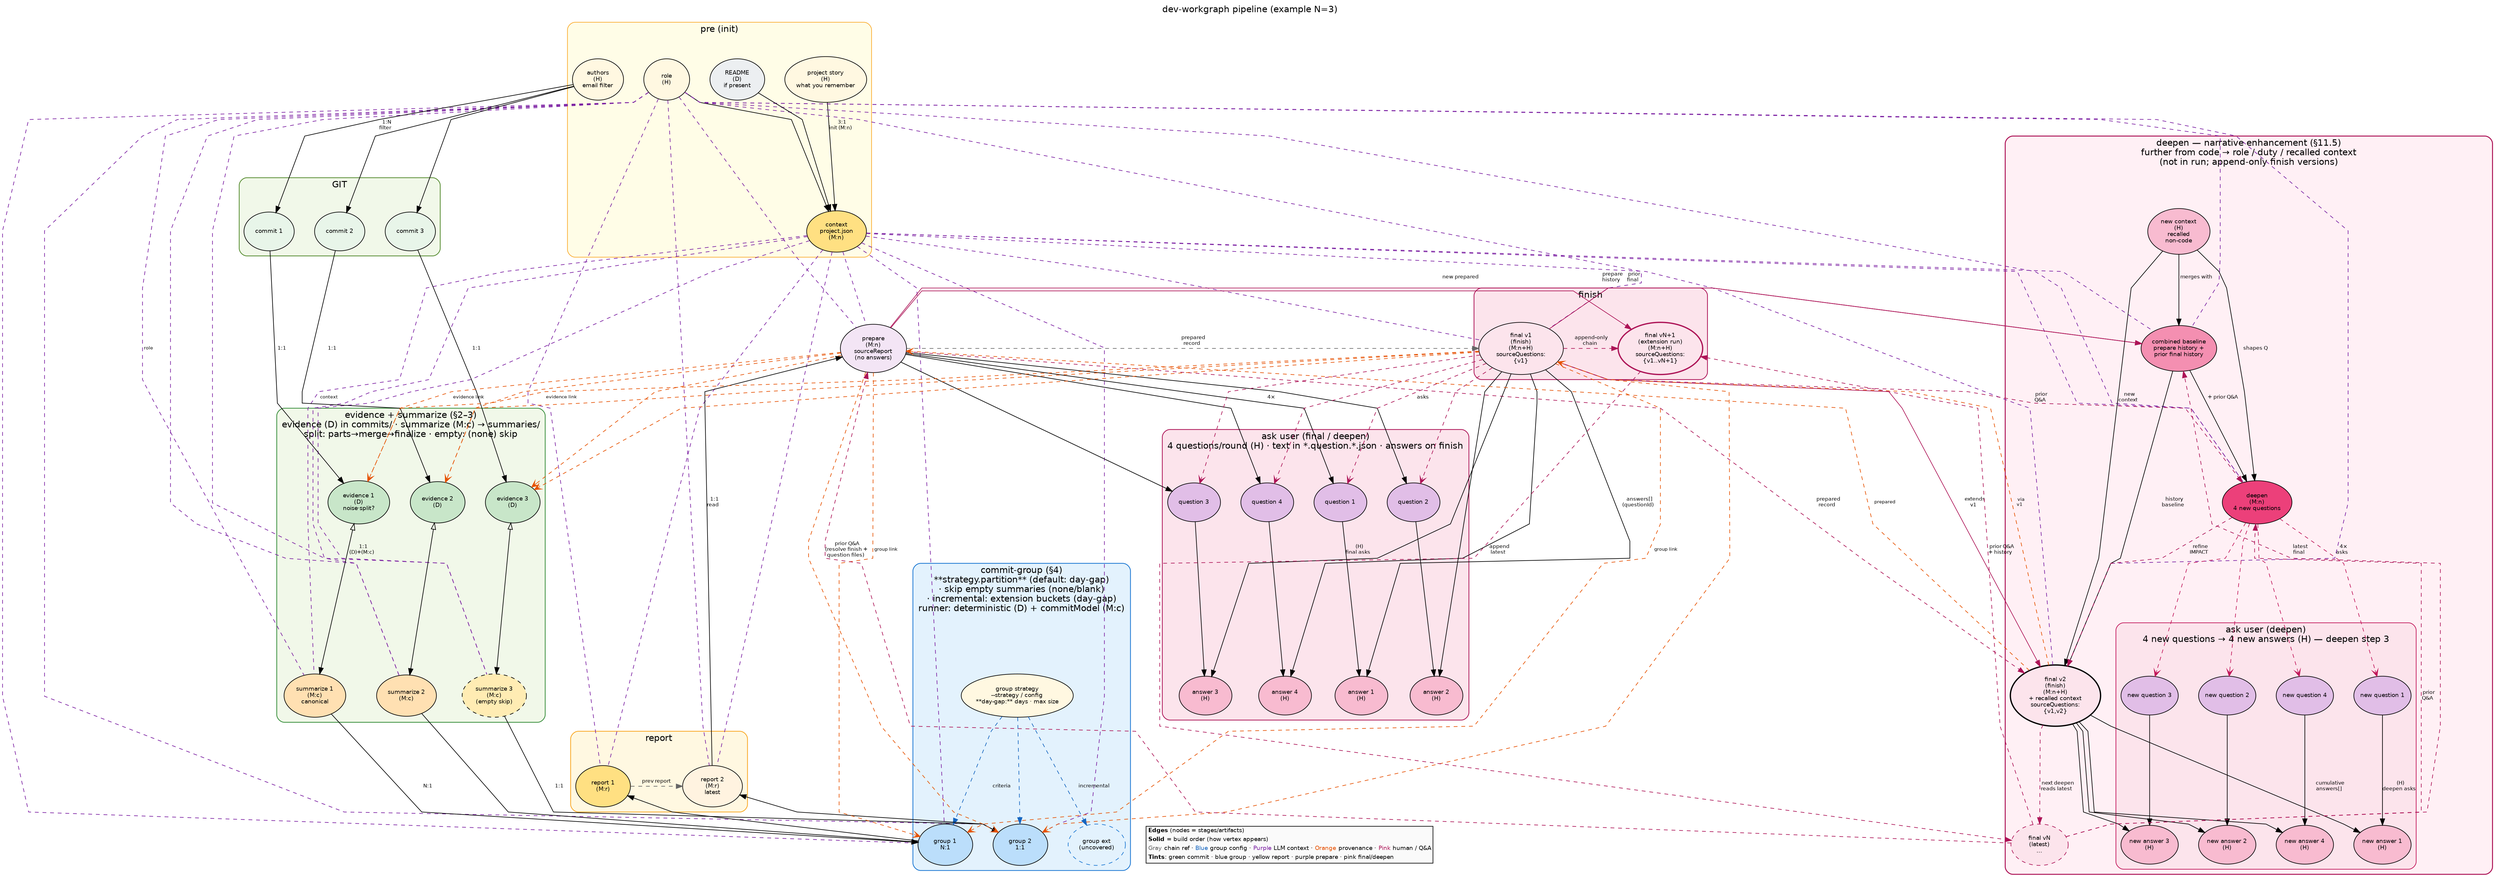
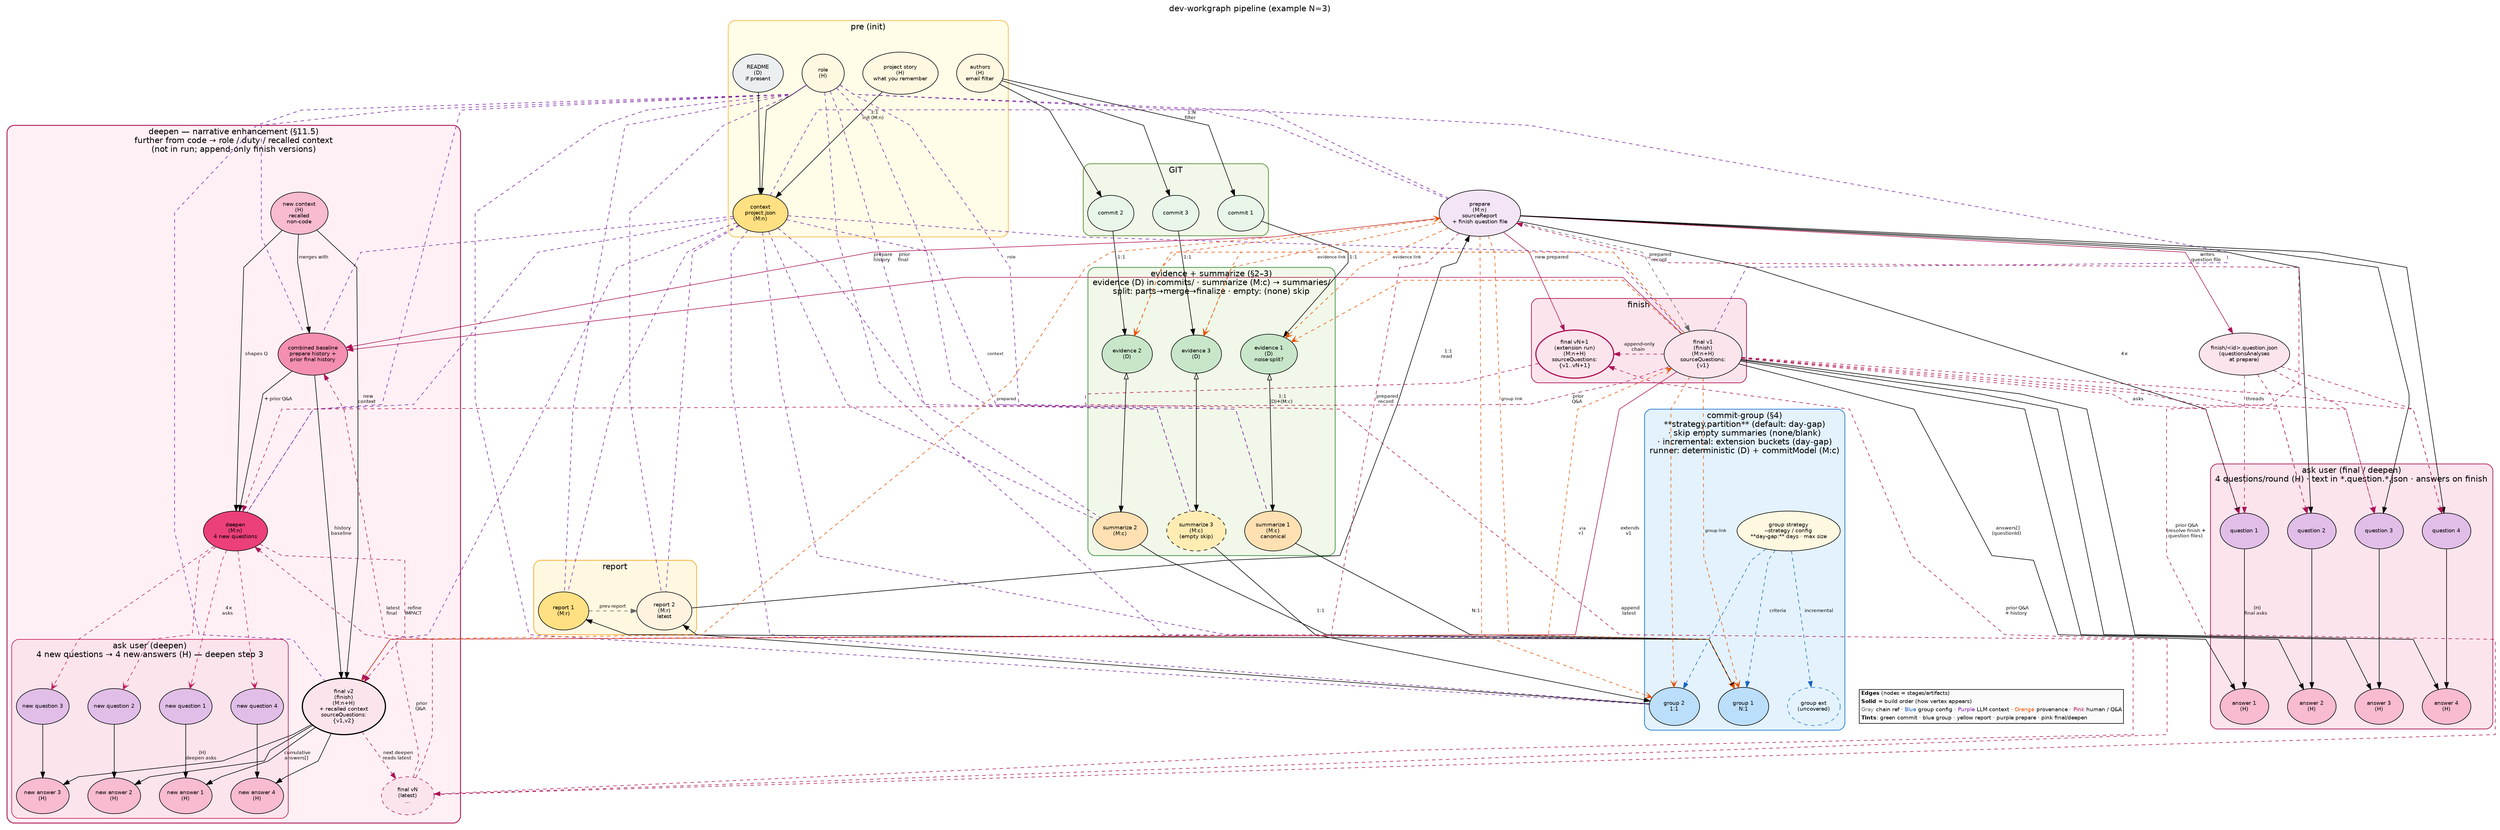
// dev-workgraph — pipeline graph (Graphviz)
//
// Render:
//   dot -Tpng uml/pipeline-graph.dot -o uml/pipeline-graph.png
//   dot -Tsvg uml/pipeline-graph.dot -o uml/pipeline-graph.svg

digraph pipeline {
  graph [
    rankdir=TB
    splines=polyline
    nodesep=0.45
    ranksep=0.75
    fontname="Helvetica"
    label="dev-workgraph pipeline (example N=3)"
    labelloc=t
  ]

  node [
    shape=ellipse
    style=filled
    fontname="Helvetica"
    fontsize=9
  ]

  edge [fontname="Helvetica" fontsize=8]

  // ── pre: human inputs → context (init) ──────────────────────────────

  subgraph cluster_pre {
    label="pre (init)"
    style=rounded
    color="#F9A825"
    bgcolor="#FFFDE7"

    v_story  [label="project story\n(H)\nwhat you remember" fillcolor="#FFF8E1" width=1.5 height=1.0]
    v_role   [label="role\n(H)" fillcolor="#FFF8E1" width=1.0 height=0.9]
    v_readme [label="README\n(D)\nif present" fillcolor="#ECEFF1" width=1.2 height=0.9]
    v_auth   [label="authors\n(H)\nemail filter" fillcolor="#FFF8E1" width=1.0 height=0.9]

    v_context [label="context\nproject.json\n(M:n)" fillcolor="#FFE082" width=1.3 height=0.9]

    { rank=same; v_story; v_role; v_readme; v_auth; }

    v_story  -> v_context [label=" 3:1\ninit (M:n) "]
    v_role   -> v_context
    v_readme -> v_context
  }

  // ── GIT: filtered commits (authors → 1:N) ─────────────────────────────

  subgraph cluster_git {
    label="GIT"
    style=rounded
    color="#558B2F"
    bgcolor="#F1F8E9"
    penwidth=1.2

    v_c1 [label="commit 1" fillcolor="#E8F5E9" width=1.1 height=0.85]
    v_c2 [label="commit 2" fillcolor="#E8F5E9" width=1.1 height=0.85]
    v_c3 [label="commit 3" fillcolor="#E8F5E9" width=1.1 height=0.85]

    { rank=same; v_c1; v_c2; v_c3; }
  }

  v_auth -> v_c1 [label=" 1:N\nfilter "]
  v_auth -> v_c2
  v_auth -> v_c3

  // ── per commit: evidence (D) + summarize (M:c) ───────────────────────

  subgraph cluster_commit_layer {
    label="evidence + summarize (§2–3)\nevidence (D) in commits/ · summarize (M:c) → summaries/\nsplit: parts→merge→finalize · empty: (none) skip"
    style=rounded
    color="#388E3C"
    bgcolor="#F1F8E9"
    penwidth=1.2

    v_e1 [label="evidence 1\n(D)\nnoise·split?" fillcolor="#C8E6C9" width=1.35 height=0.95]
    v_e2 [label="evidence 2\n(D)" fillcolor="#C8E6C9" width=1.2 height=0.9]
    v_e3 [label="evidence 3\n(D)" fillcolor="#C8E6C9" width=1.2 height=0.9]

    { rank=same; v_e1; v_e2; v_e3; }

    v_s1 [label="summarize 1\n(M:c)\ncanonical" fillcolor="#FFE0B2" width=1.35 height=0.95]
    v_s2 [label="summarize 2\n(M:c)" fillcolor="#FFE0B2" width=1.3 height=0.9]
    v_s3 [label="summarize 3\n(M:c)\n(empty skip)" fillcolor="#FFECB3" width=1.4 height=0.95 style="filled,dashed"]

    { rank=same; v_s1; v_s2; v_s3; }

    v_e1 -> v_s1 [label=" 1:1\n(D)+(M:c) ", dir=both arrowhead=normal arrowtail=onormal]
    v_e2 -> v_s2 [dir=both arrowhead=normal arrowtail=onormal]
    v_e3 -> v_s3 [dir=both arrowhead=normal arrowtail=onormal]
  }

  v_c1 -> v_e1 [label=" 1:1 "]
  v_c2 -> v_e2 [label=" 1:1 "]
  v_c3 -> v_e3 [label=" 1:1 "]

  // ── commit-group: group commits by criteria → work sessions ────────

  subgraph cluster_groups {
    label="commit-group (§4)\n**strategy.partition** (default: day-gap)\n· skip empty summaries (none/blank)\n· incremental: extension buckets (day-gap)\nrunner: deterministic (D) + commitModel (M:c)"
    style=rounded
    color="#1976D2"
    bgcolor="#E3F2FD"
    penwidth=1.2

    v_gcrit [label="group strategy\n--strategy / config\n**day-gap:** days · max size" fillcolor="#FFF8E1" width=1.45 height=0.95]

    v_g1 [label="group 1\nN:1" fillcolor="#BBDEFB" width=1.2 height=0.9]
    v_g2 [label="group 2\n1:1" fillcolor="#BBDEFB" width=1.2 height=0.9]
    v_gext [label="group ext\n(uncovered)" fillcolor="#E3F2FD" width=1.25 height=0.9 style="filled,dashed" color="#1976D2"]

    { rank=same; v_g1; v_g2; v_gext; }

    v_gcrit -> v_g1 [label=" criteria ", style=dashed color="#1565C0"]
    v_gcrit -> v_g2 [style=dashed color="#1565C0"]
    v_gcrit -> v_gext [label=" incremental ", style=dashed color="#1565C0"]
  }

  v_s1 -> v_g1 [label=" N:1 "]
  v_s2 -> v_g1
  v_s3 -> v_g2 [label=" 1:1 "]

  // ── report fold: groups → report chain ────────────────────────────────

  subgraph cluster_reports {
    label="report"
    style=rounded
    color="#F9A825"
    bgcolor="#FFF8E1"
    penwidth=1.2

    v_r1 [label="report 1\n(M:r)" fillcolor="#FFE082" width=1.2 height=0.9]
    v_r2 [label="report 2\n(M:r)\nlatest" fillcolor="#FFF3E0" width=1.3 height=0.9]

    { rank=same; v_r1; v_r2; }

    v_r1 -> v_r2 [label=" prev report ", style=dashed color="#666666"]
  }

  v_g1 -> v_r1 [label=" init\n1:1 "]
  v_g2 -> v_r2 [label=" merge\n1:1 "]

  // ── prepare → 4 questions → 4 answers (H) → final ─────────────────

-   v_prep [label="prepare\n(M:n)\nsourceReport\n(no answers)" fillcolor="#F3E5F5" width=1.45 height=1.05]
+   v_prep [label="prepare\n(M:n)\nsourceReport\n+ finish question file" fillcolor="#F3E5F5" width=1.55 height=1.1]
+   v_fq   [label="finish/<id>.question.json\n(questionsAnalyses\nat prepare)" fillcolor="#FCE4EC" width=1.55 height=1.0]

  v_r2 -> v_prep [label=" 1:1\nread "]
+   v_prep -> v_fq [label=" writes\nquestion file " color="#AD1457"]

  subgraph cluster_ask_final {
    label="ask user (final / deepen)\n4 questions/round (H) · text in *.question.*.json · answers on finish"
    style=rounded
    color="#AD1457"
    bgcolor="#FCE4EC"
    penwidth=1.2

    v_q1 [label="question 1" fillcolor="#E1BEE7" width=1.15 height=0.85]
    v_q2 [label="question 2" fillcolor="#E1BEE7" width=1.15 height=0.85]
    v_q3 [label="question 3" fillcolor="#E1BEE7" width=1.15 height=0.85]
    v_q4 [label="question 4" fillcolor="#E1BEE7" width=1.15 height=0.85]

    { rank=same; v_q1; v_q2; v_q3; v_q4; }

    v_a1 [label="answer 1\n(H)" fillcolor="#F8BBD0" width=1.15 height=0.85]
    v_a2 [label="answer 2\n(H)" fillcolor="#F8BBD0" width=1.15 height=0.85]
    v_a3 [label="answer 3\n(H)" fillcolor="#F8BBD0" width=1.15 height=0.85]
    v_a4 [label="answer 4\n(H)" fillcolor="#F8BBD0" width=1.15 height=0.85]

    { rank=same; v_a1; v_a2; v_a3; v_a4; }

    v_q1 -> v_a1 [label=" (H)\nfinal asks "]
    v_q2 -> v_a2
    v_q3 -> v_a3
    v_q4 -> v_a4
  }

  v_prep -> v_q1 [label=" 4× "]
  v_prep -> v_q2
  v_prep -> v_q3
  v_prep -> v_q4
+   v_fq -> v_q1 [label=" threads ", style=dashed color="#AD1457"]
+   v_fq -> v_q2 [style=dashed color="#AD1457"]
+   v_fq -> v_q3 [style=dashed color="#AD1457"]
+   v_fq -> v_q4 [style=dashed color="#AD1457"]

  subgraph cluster_finish {
    label="finish"
    style=rounded
    color="#AD1457"
    bgcolor="#FCE4EC"
    penwidth=1.2

    v_fin [label="final v1\n(finish)\n(M:n+H)\nsourceQuestions:\n{v1}" fillcolor="#FCE4EC" width=1.45 height=1.1]
    v_fext [label="final vN+1\n(extension run)\n(M:n+H)\nsourceQuestions:\n{v1..vN+1}" fillcolor="#FCE4EC" width=1.55 height=1.1 penwidth=2 color="#AD1457"]

    { rank=same; v_fin; v_fext; }

    v_fin -> v_fext [label=" append-only\nchain ", style=dashed color="#AD1457"]
  }

  v_prep -> v_fin [label=" prepared\nrecord ", style=dashed color="#666666"]

  v_fin -> v_a1 [label=" answers[]\n(questionId) "]
  v_fin -> v_a2
  v_fin -> v_a3
  v_fin -> v_a4

  v_fin -> v_q1 [label=" asks ", style=dashed color="#AD1457" arrowhead=open]
  v_fin -> v_q2 [style=dashed color="#AD1457" arrowhead=open]
  v_fin -> v_q3 [style=dashed color="#AD1457" arrowhead=open]
  v_fin -> v_q4 [style=dashed color="#AD1457" arrowhead=open]

  // ── deepen: narrative enhancement — further from code → role / duty ─

  subgraph cluster_deepen {
    label="deepen — narrative enhancement (§11.5)\nfurther from code → role / duty / recalled context\n(not in run; append-only finish versions)"
    style=rounded
    color="#AD1457"
    bgcolor="#FFF0F5"
    penwidth=1.5

    v_recall [label="new context\n(H)\nrecalled\nnon-code" fillcolor="#F8BBD0" width=1.35 height=1.0]

    v_combine [label="combined baseline\nprepare history +\nprior final history" fillcolor="#F48FB1" width=1.55 height=1.0]

    v_deepen [label="deepen\n(M:n)\n4 new questions" fillcolor="#EC407A" width=1.35 height=0.95]

    subgraph cluster_ask_deepen {
      label="ask user (deepen)\n4 new questions → 4 new answers (H) — deepen step 3"
      style=rounded
      color="#C2185B"
      bgcolor="#FCE4EC"
      penwidth=1.1

      v_nq1 [label="new question 1" fillcolor="#E1BEE7" width=1.2 height=0.85]
      v_nq2 [label="new question 2" fillcolor="#E1BEE7" width=1.2 height=0.85]
      v_nq3 [label="new question 3" fillcolor="#E1BEE7" width=1.2 height=0.85]
      v_nq4 [label="new question 4" fillcolor="#E1BEE7" width=1.2 height=0.85]

      { rank=same; v_nq1; v_nq2; v_nq3; v_nq4; }

      v_na1 [label="new answer 1\n(H)" fillcolor="#F8BBD0" width=1.2 height=0.85]
      v_na2 [label="new answer 2\n(H)" fillcolor="#F8BBD0" width=1.2 height=0.85]
      v_na3 [label="new answer 3\n(H)" fillcolor="#F8BBD0" width=1.2 height=0.85]
      v_na4 [label="new answer 4\n(H)" fillcolor="#F8BBD0" width=1.2 height=0.85]

      { rank=same; v_na1; v_na2; v_na3; v_na4; }

      v_nq1 -> v_na1 [label=" (H)\ndeepen asks "]
      v_nq2 -> v_na2
      v_nq3 -> v_na3
      v_nq4 -> v_na4
    }

    v_fin2 [label="final v2\n(finish)\n(M:n+H)\n+ recalled context\nsourceQuestions:\n{v1,v2}" fillcolor="#FCE4EC" width=1.55 height=1.15 penwidth=2]
    v_finN [label="final vN\n(latest)\n…" fillcolor="#FCE4EC" width=1.25 height=0.9 style="filled,dashed" color="#AD1457"]

    v_recall -> v_combine [label=" merges with "]
    v_combine -> v_deepen [label=" + prior Q&A "]
    v_recall -> v_deepen [label=" shapes Q "]

    v_deepen -> v_nq1 [label=" 4×\nasks ", style=dashed color="#C2185B" arrowhead=open]
    v_deepen -> v_nq2 [style=dashed color="#C2185B" arrowhead=open]
    v_deepen -> v_nq3 [style=dashed color="#C2185B" arrowhead=open]
    v_deepen -> v_nq4 [style=dashed color="#C2185B" arrowhead=open]

    v_combine -> v_fin2 [label=" history\nbaseline "]
    v_recall -> v_fin2 [label=" new\ncontext "]
    v_deepen -> v_fin2 [label=" refine\nIMPACT " style=dashed color="#AD1457"]
    v_fin2 -> v_na1 [label=" cumulative\nanswers[] "]
    v_fin2 -> v_na2
    v_fin2 -> v_na3
    v_fin2 -> v_na4

    v_fin2 -> v_finN [label=" next deepen\nreads latest ", style=dashed color="#AD1457"]

    v_finN -> v_combine [label=" latest\nfinal ", style=dashed color="#AD1457" constraint=false]
    v_finN -> v_deepen [label=" prior\nQ&A ", style=dashed color="#AD1457" constraint=false]
  }


  // prepare + final v1 feed the deepen cluster (no new code paths)
  v_finN -> v_fext [label=" prior Q&A\n+ history ", color="#AD1457" style=dashed]
  v_prep -> v_fext [label=" new prepared ", color="#AD1457"]
  v_fext -> v_finN [label=" append\nlatest ", color="#AD1457" style=dashed constraint=false]

  v_prep -> v_combine [label=" prepare\nhistory ", color="#AD1457"]
  v_fin -> v_combine [label=" prior\nfinal ", color="#AD1457"]
  v_fin -> v_deepen [label=" prior\nQ&A ", color="#AD1457" style=dashed]
  v_finN -> v_prep [label=" prior Q&A\n(resolve finish +\nquestion files) ", style=dashed color="#AD1457" constraint=false]
  v_prep -> v_fin2 [label=" prepared\nrecord ", style=dashed color="#AD1457"]
  v_fin -> v_fin2 [label=" extends\nv1 ", color="#AD1457"]

  // ── provenance: prepare + final keep links to groups and evidence ───

  {
    edge [
      style=dashed
      color="#E65100"
      arrowhead=open
      fontsize=7
    ]

    // prepare: via latest report (sourceGroups, historySource, groupCount)
    v_prep -> v_g1 [label=" group link "]
    v_prep -> v_g2
    v_prep -> v_e1 [label=" evidence link "]
    v_prep -> v_e2
    v_prep -> v_e3

    // final v1 (finish.json): sourceReport + sourcePrepared → same chain
    v_fin -> v_g1 [label=" group link "]
    v_fin -> v_g2
    v_fin -> v_e1 [label=" evidence link "]
    v_fin -> v_e2
    v_fin -> v_e3

    // final v2+ inherits code provenance only via prior finish (no new code reads)
    v_fin2 -> v_fin [label=" via\nv1 "]
    v_fin2 -> v_prep [label=" prepared "]
  }

  // ── context + role → every LLM stage (project context block) ────────

  {
    edge [
      style=dashed
      color="#7B1FA2"
      arrowhead=none
      fontsize=7
    ]

    v_context -> v_s1 [label=" context "]
    v_context -> v_s2
    v_context -> v_s3
    v_context -> v_g1
    v_context -> v_g2
    v_context -> v_r1
    v_context -> v_r2
    v_context -> v_prep
    v_context -> v_fin
    v_context -> v_combine
    v_context -> v_deepen
    v_context -> v_fin2

    v_role -> v_s1 [label=" role "]
    v_role -> v_s2
    v_role -> v_s3
    v_role -> v_g1
    v_role -> v_g2
    v_role -> v_r1
    v_role -> v_r2
    v_role -> v_prep
    v_role -> v_fin
    v_role -> v_combine
    v_role -> v_deepen
    v_role -> v_fin2
  }

  // ── legend: bottom-left, content-sized (no cluster — cluster stretched to full graph width) ──

  legend_compact [
    shape=plaintext
    margin=0
    label=<
      <TABLE BORDER="1" CELLBORDER="0" CELLPADDING="2" CELLSPACING="0" BGCOLOR="#FAFAFA">
        <TR><TD ALIGN="LEFT"><B>Edges</B> (nodes = stages/artifacts)</TD></TR>
        <TR><TD ALIGN="LEFT"><B>Solid</B> = build order (how vertex appears)</TD></TR>
        <TR><TD ALIGN="LEFT"><FONT COLOR="#666666">Gray</FONT> chain ref · <FONT COLOR="#1565C0">Blue</FONT> group config · <FONT COLOR="#7B1FA2">Purple</FONT> LLM context · <FONT COLOR="#E65100">Orange</FONT> provenance · <FONT COLOR="#AD1457">Pink</FONT> human / Q&amp;A</TD></TR>
        <TR><TD ALIGN="LEFT"><B>Tints</B>: green commit · blue group · yellow report · purple prepare · pink final/deepen</TD></TR>
      </TABLE>
    >
  ]

  { rank=sink; legend_compact; }
  v_gcrit -> legend_compact [style=invis weight=10 minlen=1]
}
